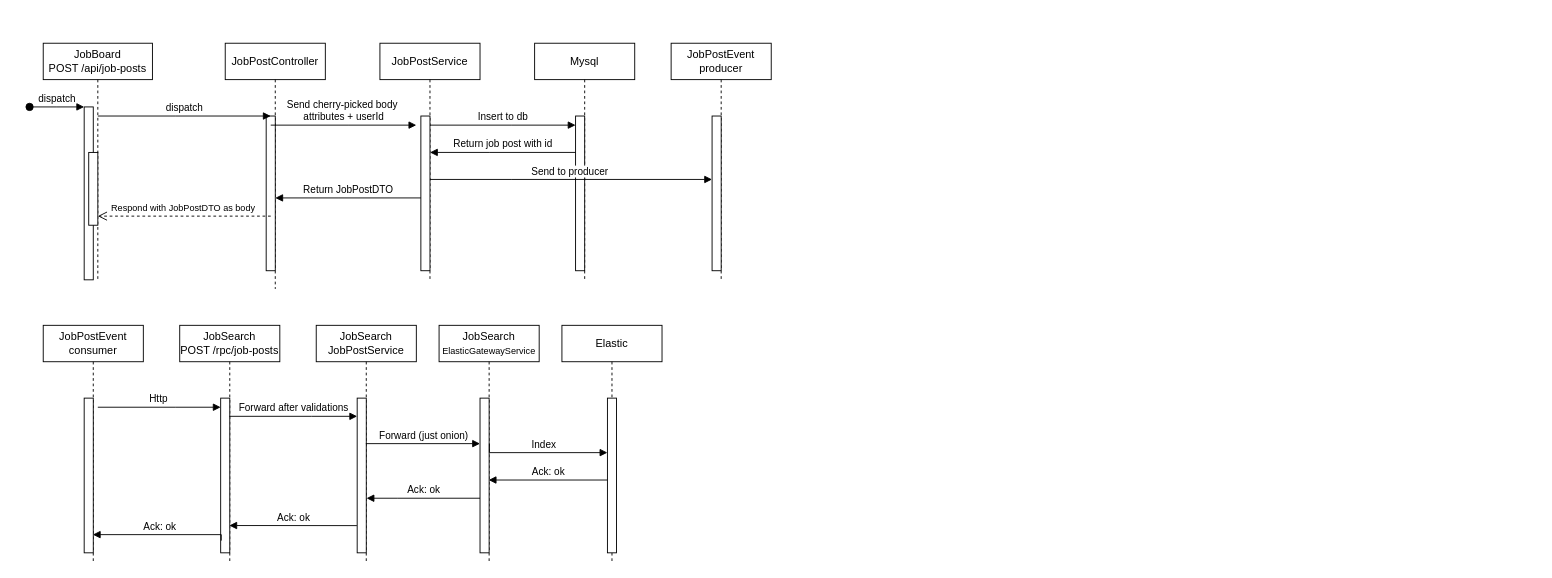
Above: Untitled Diagram.drawio in Tsavizard/job-search (draw.io), before the change. Source tidied: cells renumbered, new cells numbered last; positions are measured from the earlier drawing's top-left corner, leaving out a move shared by most shapes. Both pictures are drawn from the tidied source at 91%, with x=0, y=0 at pixel (29, 43).
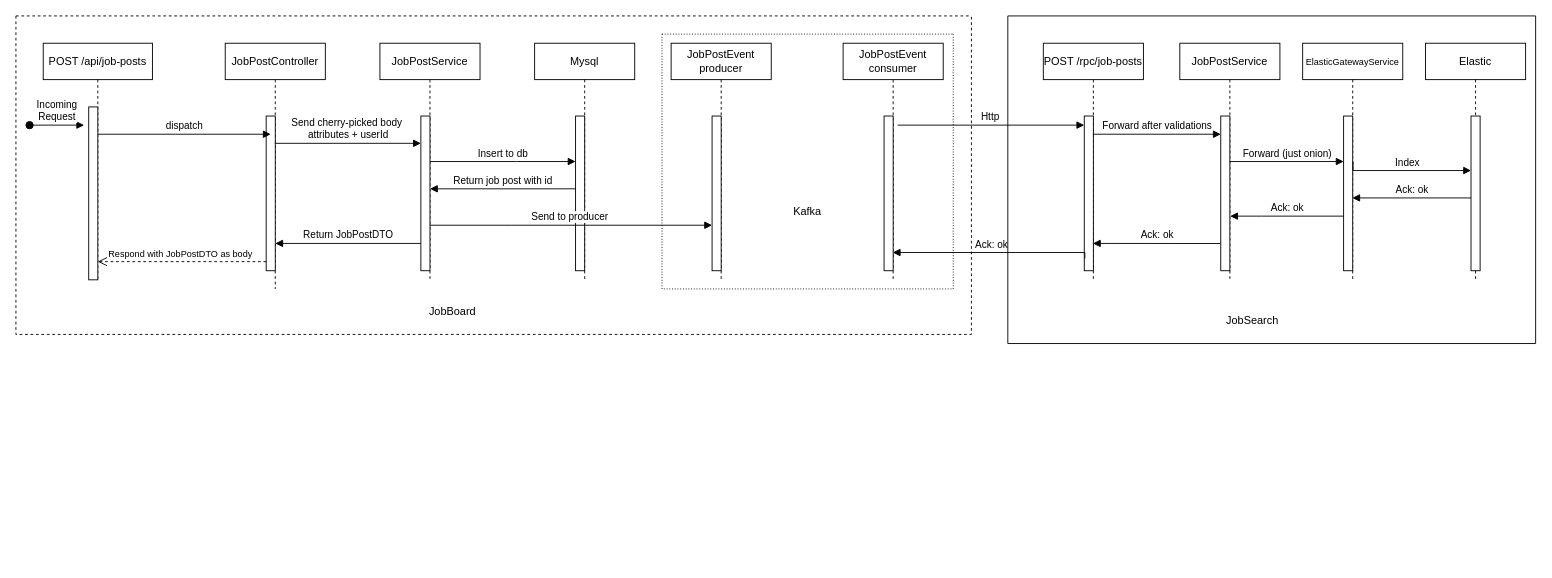
The same page after the edit.

Unchanged cells that the change refers to:
```xml
<mxCell id="6" value="JobPostController" style="shape=umlLifeline;perimeter=lifelinePerimeter;whiteSpace=wrap;html=1;outlineConnect=0;portConstraint=eastwest;newEdgeStyle={&quot;edgeStyle&quot;:&quot;elbowEdgeStyle&quot;,&quot;elbow&quot;:&quot;vertical&quot;,&quot;curved&quot;:0,&quot;rounded&quot;:0};" parent="1" vertex="1">
  <mxGeometry x="215" width="110" height="270" as="geometry" />
</mxCell>
<mxCell id="7" style="html=1;points=[];perimeter=orthogonalPerimeter;outlineConnect=0;targetShapes=umlLifeline;portConstraint=eastwest;newEdgeStyle={&quot;edgeStyle&quot;:&quot;elbowEdgeStyle&quot;,&quot;elbow&quot;:&quot;vertical&quot;,&quot;curved&quot;:0,&quot;rounded&quot;:0};" parent="6" vertex="1">
  <mxGeometry x="45" y="80" width="10" height="170" as="geometry" />
</mxCell>
<mxCell id="11" style="html=1;points=[];perimeter=orthogonalPerimeter;outlineConnect=0;targetShapes=umlLifeline;portConstraint=eastwest;newEdgeStyle={&quot;edgeStyle&quot;:&quot;elbowEdgeStyle&quot;,&quot;elbow&quot;:&quot;vertical&quot;,&quot;curved&quot;:0,&quot;rounded&quot;:0};" parent="10" vertex="1">
  <mxGeometry x="45" y="80" width="10" height="170" as="geometry" />
</mxCell>
<mxCell id="13" style="html=1;points=[];perimeter=orthogonalPerimeter;outlineConnect=0;targetShapes=umlLifeline;portConstraint=eastwest;newEdgeStyle={&quot;edgeStyle&quot;:&quot;elbowEdgeStyle&quot;,&quot;elbow&quot;:&quot;vertical&quot;,&quot;curved&quot;:0,&quot;rounded&quot;:0};" parent="12" vertex="1">
  <mxGeometry x="45" y="80" width="10" height="170" as="geometry" />
</mxCell>
<mxCell id="15" style="html=1;points=[];perimeter=orthogonalPerimeter;outlineConnect=0;targetShapes=umlLifeline;portConstraint=eastwest;newEdgeStyle={&quot;edgeStyle&quot;:&quot;elbowEdgeStyle&quot;,&quot;elbow&quot;:&quot;vertical&quot;,&quot;curved&quot;:0,&quot;rounded&quot;:0};" parent="14" vertex="1">
  <mxGeometry x="45" y="80" width="10" height="170" as="geometry" />
</mxCell>
<mxCell id="24" style="html=1;points=[];perimeter=orthogonalPerimeter;outlineConnect=0;targetShapes=umlLifeline;portConstraint=eastwest;newEdgeStyle={&quot;edgeStyle&quot;:&quot;elbowEdgeStyle&quot;,&quot;elbow&quot;:&quot;vertical&quot;,&quot;curved&quot;:0,&quot;rounded&quot;:0};" parent="23" vertex="1">
  <mxGeometry x="45" y="80" width="10" height="170" as="geometry" />
</mxCell>
<mxCell id="27" style="html=1;points=[];perimeter=orthogonalPerimeter;outlineConnect=0;targetShapes=umlLifeline;portConstraint=eastwest;newEdgeStyle={&quot;edgeStyle&quot;:&quot;elbowEdgeStyle&quot;,&quot;elbow&quot;:&quot;vertical&quot;,&quot;curved&quot;:0,&quot;rounded&quot;:0};" parent="26" vertex="1">
  <mxGeometry x="45" y="80" width="10" height="170" as="geometry" />
</mxCell>
<mxCell id="29" style="html=1;points=[];perimeter=orthogonalPerimeter;outlineConnect=0;targetShapes=umlLifeline;portConstraint=eastwest;newEdgeStyle={&quot;edgeStyle&quot;:&quot;elbowEdgeStyle&quot;,&quot;elbow&quot;:&quot;vertical&quot;,&quot;curved&quot;:0,&quot;rounded&quot;:0};" parent="28" vertex="1">
  <mxGeometry x="45" y="80" width="10" height="170" as="geometry" />
</mxCell>
```

What changed in the source:
```diff
@@
-    <mxCell id="2" value="JobBoard&lt;div&gt;POST /api/job-posts&lt;/div&gt;" style="shape=umlLifeline;perimeter=lifelinePerimeter;whiteSpace=wrap;html=1;newEdgeStyle={&quot;edgeStyle&quot;:&quot;elbowEdgeStyle&quot;,&quot;elbow&quot;:&quot;vertical&quot;,&quot;curved&quot;:0,&quot;rounded&quot;:0};" parent="1" vertex="1">
+    <mxCell id="2" value="&lt;div&gt;POST /api/job-posts&lt;/div&gt;" style="shape=umlLifeline;perimeter=lifelinePerimeter;whiteSpace=wrap;html=1;newEdgeStyle={&quot;edgeStyle&quot;:&quot;elbowEdgeStyle&quot;,&quot;elbow&quot;:&quot;vertical&quot;,&quot;curved&quot;:0,&quot;rounded&quot;:0};" parent="1" vertex="1">
       <mxGeometry x="15" width="120" height="260" as="geometry" />
     </mxCell>
-    <mxCell id="3" style="html=1;points=[];perimeter=orthogonalPerimeter;outlineConnect=0;targetShapes=umlLifeline;portConstraint=eastwest;newEdgeStyle={&quot;edgeStyle&quot;:&quot;elbowEdgeStyle&quot;,&quot;elbow&quot;:&quot;vertical&quot;,&quot;curved&quot;:0,&quot;rounded&quot;:0};" parent="2" vertex="1">
-      <mxGeometry x="45" y="70" width="10" height="190" as="geometry" />
-    </mxCell>
-    <mxCell id="4" value="dispatch" style="html=1;verticalAlign=bottom;startArrow=oval;endArrow=block;startSize=8;edgeStyle=elbowEdgeStyle;elbow=vertical;curved=0;rounded=0;" parent="2" edge="1" target="3">
-      <mxGeometry relative="1" as="geometry">
-        <mxPoint x="-15" y="70" as="sourcePoint" />
-      </mxGeometry>
-    </mxCell>
-    <mxCell id="5" style="html=1;perimeter=orthogonalPerimeter;targetShapes=umlLifeline;newEdgeStyle={&quot;edgeStyle&quot;:&quot;elbowEdgeStyle&quot;,&quot;elbow&quot;:&quot;vertical&quot;,&quot;curved&quot;:0,&quot;rounded&quot;:0};" parent="2" vertex="1">
-      <mxGeometry x="50" y="120" width="10" height="80" as="geometry" />
-    </mxCell>
@@
-    <mxCell id="8" value="dispatch" style="html=1;verticalAlign=bottom;endArrow=block;edgeStyle=elbowEdgeStyle;elbow=vertical;curved=0;rounded=0;" parent="1" edge="1">
-      <mxGeometry relative="1" as="geometry">
-        <mxPoint x="75" y="80" as="sourcePoint" />
-        <mxPoint x="265" y="80" as="targetPoint" />
-        <Array as="points">
-          <mxPoint x="160" y="80" />
-        </Array>
-      </mxGeometry>
-    </mxCell>
-    <mxCell id="9" value="&lt;font style=&quot;font-size: 10px;&quot;&gt;Respond with JobPostDTO as body&amp;nbsp;&lt;/font&gt;" style="html=1;verticalAlign=bottom;endArrow=open;dashed=1;endSize=8;edgeStyle=elbowEdgeStyle;elbow=vertical;curved=0;rounded=0;" parent="1" edge="1">
-      <mxGeometry relative="1" as="geometry">
-        <mxPoint x="265" y="190" as="sourcePoint" />
-        <mxPoint x="75" y="190" as="targetPoint" />
-        <Array as="points">
-          <mxPoint x="170" y="190" />
-        </Array>
-      </mxGeometry>
-    </mxCell>
@@
-    <mxCell id="16" value="Send cherry-picked body&amp;nbsp;&lt;div&gt;attributes + userId&lt;/div&gt;" style="html=1;verticalAlign=bottom;endArrow=block;edgeStyle=elbowEdgeStyle;elbow=vertical;curved=0;rounded=0;" parent="1" edge="1">
-      <mxGeometry relative="1" as="geometry">
-        <mxPoint x="265" y="90" as="sourcePoint" />
-        <mxPoint x="425" y="90" as="targetPoint" />
-        <Array as="points">
-          <mxPoint x="350" y="90" />
-        </Array>
-      </mxGeometry>
-    </mxCell>
     <mxCell id="17" value="Insert to db" style="html=1;verticalAlign=bottom;endArrow=block;edgeStyle=elbowEdgeStyle;elbow=vertical;curved=0;rounded=0;" parent="1" edge="1" source="11" target="13">
       <mxGeometry relative="1" as="geometry">
         <Array as="points">
+          <mxPoint x="535" y="130" />
           <mxPoint x="530" y="90" />
         </Array>
       </mxGeometry>
     </mxCell>
-    <mxCell id="18" value="Return job post with id" style="html=1;verticalAlign=bottom;endArrow=block;edgeStyle=elbowEdgeStyle;elbow=vertical;curved=0;rounded=0;" parent="1" edge="1" target="11">
-      <mxGeometry relative="1" as="geometry">
-        <mxPoint x="600" y="120" as="sourcePoint" />
-        <Array as="points">
-          <mxPoint x="505" y="120" />
-        </Array>
-      </mxGeometry>
-    </mxCell>
-    <mxCell id="19" value="Send to producer&amp;nbsp;" style="html=1;verticalAlign=bottom;endArrow=block;edgeStyle=elbowEdgeStyle;elbow=vertical;curved=0;rounded=0;" parent="1" edge="1" source="11" target="15">
-      <mxGeometry relative="1" as="geometry">
-        <Array as="points">
-          <mxPoint x="530" y="149.7" />
-        </Array>
-      </mxGeometry>
-    </mxCell>
-    <mxCell id="20" value="Return JobPostDTO" style="html=1;verticalAlign=bottom;endArrow=block;edgeStyle=elbowEdgeStyle;elbow=vertical;curved=0;rounded=0;" parent="1" edge="1" source="11" target="7">
-      <mxGeometry relative="1" as="geometry">
-        <Array as="points">
-          <mxPoint x="340" y="170" />
-        </Array>
-      </mxGeometry>
-    </mxCell>
     <mxCell id="21" value="JobPostEvent consumer" style="shape=umlLifeline;perimeter=lifelinePerimeter;whiteSpace=wrap;html=1;outlineConnect=0;portConstraint=eastwest;newEdgeStyle={&quot;edgeStyle&quot;:&quot;elbowEdgeStyle&quot;,&quot;elbow&quot;:&quot;vertical&quot;,&quot;curved&quot;:0,&quot;rounded&quot;:0};" parent="1" vertex="1">
-      <mxGeometry x="15" y="310" width="110" height="260" as="geometry" />
+      <mxGeometry x="894" width="110" height="260" as="geometry" />
     </mxCell>
@@
-    <mxCell id="23" value="JobSearch&lt;div&gt;POST /rpc/job-posts&lt;/div&gt;" style="shape=umlLifeline;perimeter=lifelinePerimeter;whiteSpace=wrap;html=1;outlineConnect=0;portConstraint=eastwest;newEdgeStyle={&quot;edgeStyle&quot;:&quot;elbowEdgeStyle&quot;,&quot;elbow&quot;:&quot;vertical&quot;,&quot;curved&quot;:0,&quot;rounded&quot;:0};" parent="1" vertex="1">
-      <mxGeometry x="165" y="310" width="110" height="260" as="geometry" />
+    <mxCell id="23" value="&lt;div&gt;POST /rpc/job-posts&lt;/div&gt;" style="shape=umlLifeline;perimeter=lifelinePerimeter;whiteSpace=wrap;html=1;outlineConnect=0;portConstraint=eastwest;newEdgeStyle={&quot;edgeStyle&quot;:&quot;elbowEdgeStyle&quot;,&quot;elbow&quot;:&quot;vertical&quot;,&quot;curved&quot;:0,&quot;rounded&quot;:0};" parent="1" vertex="1">
+      <mxGeometry x="1114" width="110" height="260" as="geometry" />
     </mxCell>
@@
     <mxCell id="25" value="Http&amp;nbsp;" style="html=1;verticalAlign=bottom;endArrow=block;edgeStyle=elbowEdgeStyle;elbow=vertical;curved=0;rounded=0;" parent="1" edge="1" target="24">
       <mxGeometry relative="1" as="geometry">
-        <mxPoint x="75" y="400" as="sourcePoint" />
+        <mxPoint x="954" y="90" as="sourcePoint" />
         <Array as="points">
-          <mxPoint x="160" y="400" />
+          <mxPoint x="1039" y="90" />
         </Array>
       </mxGeometry>
     </mxCell>
-    <mxCell id="26" value="JobSearch&lt;div&gt;JobPostService&lt;/div&gt;" style="shape=umlLifeline;perimeter=lifelinePerimeter;whiteSpace=wrap;html=1;outlineConnect=0;portConstraint=eastwest;newEdgeStyle={&quot;edgeStyle&quot;:&quot;elbowEdgeStyle&quot;,&quot;elbow&quot;:&quot;vertical&quot;,&quot;curved&quot;:0,&quot;rounded&quot;:0};" parent="1" vertex="1">
-      <mxGeometry x="315" y="310" width="110" height="260" as="geometry" />
+    <mxCell id="26" value="&lt;div&gt;JobPostService&lt;/div&gt;" style="shape=umlLifeline;perimeter=lifelinePerimeter;whiteSpace=wrap;html=1;outlineConnect=0;portConstraint=eastwest;newEdgeStyle={&quot;edgeStyle&quot;:&quot;elbowEdgeStyle&quot;,&quot;elbow&quot;:&quot;vertical&quot;,&quot;curved&quot;:0,&quot;rounded&quot;:0};" parent="1" vertex="1">
+      <mxGeometry x="1264" width="110" height="260" as="geometry" />
     </mxCell>
@@
-    <mxCell id="28" value="JobSearch&lt;div&gt;&lt;font style=&quot;font-size: 10px;&quot;&gt;ElasticGatewayService&lt;/font&gt;&lt;/div&gt;" style="shape=umlLifeline;perimeter=lifelinePerimeter;whiteSpace=wrap;html=1;outlineConnect=0;portConstraint=eastwest;newEdgeStyle={&quot;edgeStyle&quot;:&quot;elbowEdgeStyle&quot;,&quot;elbow&quot;:&quot;vertical&quot;,&quot;curved&quot;:0,&quot;rounded&quot;:0};" parent="1" vertex="1">
-      <mxGeometry x="450" y="310" width="110" height="260" as="geometry" />
+    <mxCell id="28" value="&lt;div&gt;&lt;font style=&quot;font-size: 10px;&quot;&gt;ElasticGatewayService&lt;/font&gt;&lt;/div&gt;" style="shape=umlLifeline;perimeter=lifelinePerimeter;whiteSpace=wrap;html=1;outlineConnect=0;portConstraint=eastwest;newEdgeStyle={&quot;edgeStyle&quot;:&quot;elbowEdgeStyle&quot;,&quot;elbow&quot;:&quot;vertical&quot;,&quot;curved&quot;:0,&quot;rounded&quot;:0};" parent="1" vertex="1">
+      <mxGeometry x="1399" width="110" height="260" as="geometry" />
     </mxCell>
@@
     <mxCell id="30" value="Forward after validations" style="html=1;verticalAlign=bottom;endArrow=block;edgeStyle=elbowEdgeStyle;elbow=vertical;curved=0;rounded=0;" parent="1" edge="1" source="23" target="27">
       <mxGeometry relative="1" as="geometry">
         <Array as="points">
-          <mxPoint x="310" y="410" />
+          <mxPoint x="1259" y="100" />
         </Array>
       </mxGeometry>
     </mxCell>
     <mxCell id="31" value="Forward (just onion)" style="html=1;verticalAlign=bottom;endArrow=block;edgeStyle=elbowEdgeStyle;elbow=vertical;curved=0;rounded=0;" parent="1" edge="1" source="26">
       <mxGeometry relative="1" as="geometry">
-        <mxPoint x="495" y="440" as="targetPoint" />
+        <mxPoint x="1444" y="130" as="targetPoint" />
         <Array as="points">
-          <mxPoint x="365" y="440" />
+          <mxPoint x="1314" y="130" />
         </Array>
       </mxGeometry>
     </mxCell>
     <mxCell id="32" value="Elastic" style="shape=umlLifeline;perimeter=lifelinePerimeter;whiteSpace=wrap;html=1;newEdgeStyle={&quot;edgeStyle&quot;:&quot;elbowEdgeStyle&quot;,&quot;elbow&quot;:&quot;vertical&quot;,&quot;curved&quot;:0,&quot;rounded&quot;:0};" parent="1" vertex="1">
-      <mxGeometry x="585" y="310" width="110" height="260" as="geometry" />
+      <mxGeometry x="1534" width="110" height="260" as="geometry" />
     </mxCell>
@@
     <mxCell id="34" value="Index" style="html=1;verticalAlign=bottom;endArrow=block;edgeStyle=elbowEdgeStyle;elbow=vertical;curved=0;rounded=0;" parent="1" edge="1">
       <mxGeometry relative="1" as="geometry">
-        <mxPoint x="505.3" y="439.9" as="sourcePoint" />
-        <mxPoint x="635" y="450" as="targetPoint" />
+        <mxPoint x="1454.3" y="129.9" as="sourcePoint" />
+        <mxPoint x="1584" y="140" as="targetPoint" />
         <Array as="points">
-          <mxPoint x="510" y="449.9" />
+          <mxPoint x="1459" y="139.9" />
         </Array>
       </mxGeometry>
     </mxCell>
     <mxCell id="35" value="Ack: ok" style="html=1;verticalAlign=bottom;endArrow=block;edgeStyle=elbowEdgeStyle;elbow=vertical;curved=0;rounded=0;" parent="1" edge="1" target="28">
       <mxGeometry relative="1" as="geometry">
-        <mxPoint x="635" y="480" as="sourcePoint" />
+        <mxPoint x="1584" y="170" as="sourcePoint" />
         <Array as="points">
-          <mxPoint x="545" y="480" />
+          <mxPoint x="1494" y="170" />
         </Array>
       </mxGeometry>
     </mxCell>
     <mxCell id="36" value="Ack: ok" style="html=1;verticalAlign=bottom;endArrow=block;edgeStyle=elbowEdgeStyle;elbow=vertical;curved=0;rounded=0;" parent="1" edge="1" source="29">
       <mxGeometry relative="1" as="geometry">
-        <mxPoint x="370.3" y="500" as="targetPoint" />
+        <mxPoint x="1319.3" y="190" as="targetPoint" />
         <Array as="points">
-          <mxPoint x="404.7" y="500" />
+          <mxPoint x="1353.7" y="190" />
         </Array>
       </mxGeometry>
     </mxCell>
     <mxCell id="37" value="Ack: ok" style="html=1;verticalAlign=bottom;endArrow=block;edgeStyle=elbowEdgeStyle;elbow=vertical;curved=0;rounded=0;" parent="1" edge="1" target="23">
       <mxGeometry relative="1" as="geometry">
-        <mxPoint x="359.7" y="530.1" as="sourcePoint" />
+        <mxPoint x="1308.7" y="220.1" as="sourcePoint" />
       </mxGeometry>
     </mxCell>
     <mxCell id="38" value="Ack: ok" style="html=1;verticalAlign=bottom;endArrow=block;edgeStyle=elbowEdgeStyle;elbow=vertical;curved=0;rounded=0;exitX=0.065;exitY=0.921;exitDx=0;exitDy=0;exitPerimeter=0;" parent="1" edge="1" source="24" target="21">
       <mxGeometry relative="1" as="geometry">
         <Array as="points">
-          <mxPoint x="109.4" y="540" />
+          <mxPoint x="988.4" y="230" />
         </Array>
       </mxGeometry>
     </mxCell>
+    <mxCell id="39" value="JobSearch" style="text;html=1;align=center;verticalAlign=middle;whiteSpace=wrap;rounded=0;" parent="1" vertex="1">
+      <mxGeometry x="1264" y="290" width="160" height="30" as="geometry" />
+    </mxCell>
+    <mxCell id="40" style="swimlane;startSize=0;dashed=1;" parent="1" vertex="1">
+      <mxGeometry x="-15" y="-30" width="1050" height="350" as="geometry" />
+    </mxCell>
+    <mxCell id="4" value="Incoming&lt;div&gt;Request&lt;/div&gt;" style="html=1;verticalAlign=bottom;startArrow=oval;endArrow=block;startSize=8;edgeStyle=elbowEdgeStyle;elbow=vertical;curved=0;rounded=0;" parent="40" edge="1">
+      <mxGeometry relative="1" as="geometry">
+        <mxPoint x="15" y="120" as="sourcePoint" />
+        <mxPoint x="75" y="120.1" as="targetPoint" />
+      </mxGeometry>
+    </mxCell>
+    <mxCell id="8" value="dispatch" style="html=1;verticalAlign=bottom;endArrow=block;edgeStyle=elbowEdgeStyle;elbow=vertical;curved=0;rounded=0;" parent="40" edge="1">
+      <mxGeometry relative="1" as="geometry">
+        <mxPoint x="90" y="130" as="sourcePoint" />
+        <mxPoint x="280" y="130" as="targetPoint" />
+        <Array as="points">
+          <mxPoint x="175" y="130" />
+        </Array>
+      </mxGeometry>
+    </mxCell>
+    <mxCell id="3" style="html=1;points=[];perimeter=orthogonalPerimeter;outlineConnect=0;targetShapes=umlLifeline;portConstraint=eastwest;newEdgeStyle={&quot;edgeStyle&quot;:&quot;elbowEdgeStyle&quot;,&quot;elbow&quot;:&quot;vertical&quot;,&quot;curved&quot;:0,&quot;rounded&quot;:0};" parent="40" vertex="1">
+      <mxGeometry x="80" y="100" width="10" height="190" as="geometry" />
+    </mxCell>
+    <mxCell id="9" value="&lt;font style=&quot;font-size: 10px;&quot;&gt;Respond with JobPostDTO as body&amp;nbsp;&lt;/font&gt;" style="html=1;verticalAlign=bottom;endArrow=open;dashed=1;endSize=8;edgeStyle=elbowEdgeStyle;elbow=vertical;curved=0;rounded=0;" parent="40" edge="1" source="7">
+      <mxGeometry relative="1" as="geometry">
+        <mxPoint x="90" y="270" as="targetPoint" />
+        <Array as="points">
+          <mxPoint x="185" y="270" />
+        </Array>
+      </mxGeometry>
+    </mxCell>
+    <mxCell id="20" value="Return JobPostDTO" style="html=1;verticalAlign=bottom;endArrow=block;edgeStyle=elbowEdgeStyle;elbow=vertical;curved=0;rounded=0;" parent="40" edge="1">
+      <mxGeometry relative="1" as="geometry">
+        <mxPoint x="445" y="250" as="sourcePoint" />
+        <mxPoint x="285" y="250" as="targetPoint" />
+        <Array as="points">
+          <mxPoint x="355" y="250" />
+        </Array>
+      </mxGeometry>
+    </mxCell>
+    <mxCell id="19" value="Send to producer&amp;nbsp;" style="html=1;verticalAlign=bottom;endArrow=block;edgeStyle=elbowEdgeStyle;elbow=vertical;curved=0;rounded=0;" parent="40" edge="1">
+      <mxGeometry relative="1" as="geometry">
+        <mxPoint x="455" y="230" as="sourcePoint" />
+        <mxPoint x="765" y="230" as="targetPoint" />
+        <Array as="points">
+          <mxPoint x="545" y="230" />
+        </Array>
+      </mxGeometry>
+    </mxCell>
+    <mxCell id="18" value="Return job post with id" style="html=1;verticalAlign=bottom;endArrow=block;edgeStyle=elbowEdgeStyle;elbow=vertical;curved=0;rounded=0;" parent="40" edge="1">
+      <mxGeometry relative="1" as="geometry">
+        <mxPoint x="615" y="190" as="sourcePoint" />
+        <mxPoint x="455" y="190" as="targetPoint" />
+        <Array as="points">
+          <mxPoint x="520" y="190" />
+        </Array>
+      </mxGeometry>
+    </mxCell>
+    <mxCell id="41" value="Kafka" style="text;html=1;align=center;verticalAlign=middle;whiteSpace=wrap;rounded=0;" parent="40" vertex="1">
+      <mxGeometry x="840" y="200" width="60" height="30" as="geometry" />
+    </mxCell>
+    <mxCell id="42" value="JobBoard" style="text;html=1;align=center;verticalAlign=middle;whiteSpace=wrap;rounded=0;" parent="40" vertex="1">
+      <mxGeometry x="400" y="310" width="160" height="30" as="geometry" />
+    </mxCell>
+    <mxCell id="43" style="swimlane;startSize=0;dashed=1;dashPattern=1 2;" parent="40" vertex="1">
+      <mxGeometry x="710" y="20" width="320" height="280" as="geometry" />
+    </mxCell>
+    <mxCell id="16" value="Send cherry-picked body&amp;nbsp;&lt;div&gt;attributes + userId&lt;/div&gt;" style="html=1;verticalAlign=bottom;endArrow=block;edgeStyle=elbowEdgeStyle;elbow=vertical;curved=0;rounded=0;" parent="1" edge="1" source="6" target="11">
+      <mxGeometry relative="1" as="geometry">
+        <Array as="points">
+          <mxPoint x="350" y="110" />
+        </Array>
+      </mxGeometry>
+    </mxCell>
+    <mxCell id="44" style="swimlane;startSize=0;" parent="1" vertex="1">
+      <mxGeometry x="1075" y="-30" width="580" height="360" as="geometry" />
+    </mxCell>
```
